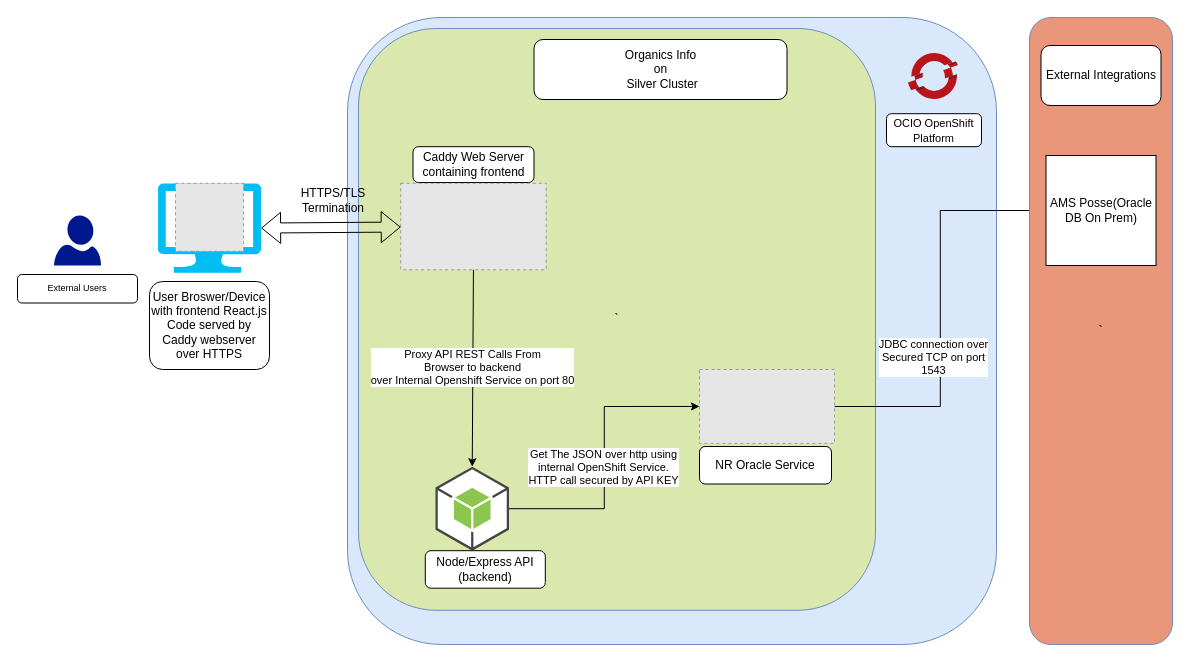
bcgov/nr-epd-organics-info keeps this draw.io diagram as .diagrams/architecture/ori.arch.drawio. Above is the earlier version. Source tidied: cells renumbered, new cells numbered last; positions are measured from the earlier drawing's top-left corner, leaving out a move shared by most shapes. Both pictures are drawn from the tidied source at 100%, with x=0, y=0 at pixel (17, 17). Pictures stored in the file or linked from it are replaced by grey dashed boxes.
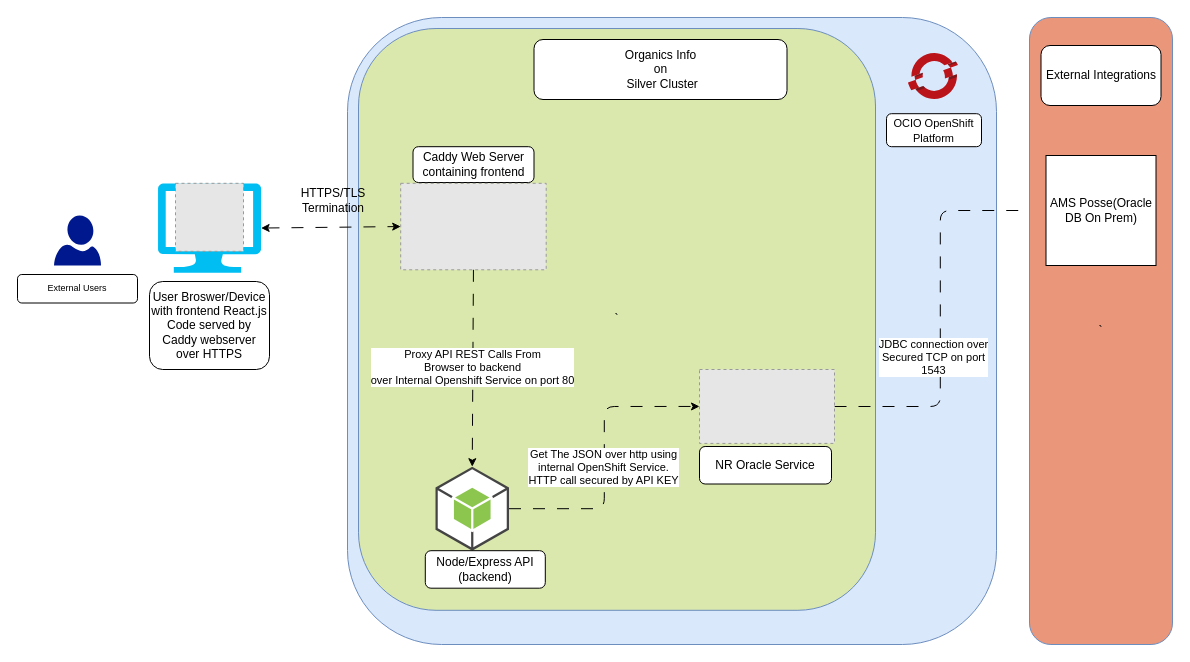
The same page after the edit.

The change refers to these unchanged cells:
```xml
<mxCell id="6" style="outlineConnect=0;dashed=0;verticalLabelPosition=bottom;verticalAlign=top;align=center;html=1;shape=mxgraph.aws3.android;fillColor=#8CC64F;gradientColor=none;" parent="1" vertex="1">
  <mxGeometry x="418" y="449.2" width="73.5" height="84" as="geometry" />
</mxCell>
<mxCell id="10" style="verticalLabelPosition=bottom;html=1;verticalAlign=top;align=center;strokeColor=none;fillColor=#00BEF2;shape=mxgraph.azure.computer;" parent="1" vertex="1">
  <mxGeometry x="140.4" y="165.8" width="103.2" height="89.5" as="geometry" />
</mxCell>
<mxCell id="15" style="fillColor=#E6E6E6;strokeColor=#999999;dashed=1;verticalLabelPosition=bottom;labelBackgroundColor=default;verticalAlign=top;" parent="1" vertex="1">
  <mxGeometry x="383.2" y="165.8" width="145.5" height="86.5" as="geometry" />
</mxCell>
<mxCell id="22" value="AMS Posse(Oracle DB On Prem)" style="whiteSpace=wrap;html=1;" parent="1" vertex="1">
  <mxGeometry x="1028.5" y="138" width="110" height="110" as="geometry" />
</mxCell>
<mxCell id="26" style="fillColor=#E6E6E6;strokeColor=#999999;dashed=1;verticalLabelPosition=bottom;labelBackgroundColor=default;verticalAlign=top;" parent="1" vertex="1">
  <mxGeometry x="682" y="352" width="135" height="73.9" as="geometry" />
</mxCell>
```

Diff of the diagram source:
```diff
@@
-    <mxCell id="4" style="edgeStyle=orthogonalEdgeStyle;rounded=0;jettySize=auto;html=1;entryX=0;entryY=0.5;entryDx=0;entryDy=0;" parent="1" edge="1" source="26" target="22">
+    <mxCell id="4" style="edgeStyle=orthogonalEdgeStyle;rounded=1;jettySize=auto;html=1;entryX=0;entryY=0.5;entryDx=0;entryDy=0;curved=0;dashed=1;dashPattern=12 12;flowAnimation=1;" parent="1" edge="1" source="26" target="22">
       <mxGeometry relative="1" as="geometry" />
     </mxCell>
@@
-    <mxCell id="16" value="Proxy API REST Calls From &lt;br&gt;Browser to backend&lt;br&gt;over Internal Openshift Service on port 80" style="endArrow=classic;html=1;rounded=0;exitX=0.5;exitY=1;exitDx=0;exitDy=0;entryX=0.5;entryY=0;entryDx=0;entryDy=0;entryPerimeter=0;" parent="1" edge="1" source="15" target="6">
+    <mxCell id="16" value="Proxy API REST Calls From &lt;br&gt;Browser to backend&lt;br&gt;over Internal Openshift Service on port 80" style="endArrow=classic;html=1;rounded=1;exitX=0.5;exitY=1;exitDx=0;exitDy=0;entryX=0.5;entryY=0;entryDx=0;entryDy=0;entryPerimeter=0;curved=0;dashed=1;dashPattern=12 12;flowAnimation=1;" parent="1" edge="1" source="15" target="6">
       <mxGeometry relative="1" as="geometry" />
     </mxCell>
@@
-    <mxCell id="18" style="shape=flexArrow;endArrow=classic;startArrow=classic;html=1;rounded=0;exitX=1;exitY=0.5;exitDx=0;exitDy=0;exitPerimeter=0;" parent="1" edge="1" source="10" target="15">
-      <mxGeometry relative="1" as="geometry" />
-    </mxCell>
@@
-    <mxCell id="24" style="edgeStyle=orthogonalEdgeStyle;rounded=0;jettySize=auto;html=1;entryX=0;entryY=0.5;entryDx=0;entryDy=0;" parent="1" edge="1" source="6" target="26">
+    <mxCell id="24" style="edgeStyle=orthogonalEdgeStyle;rounded=1;jettySize=auto;html=1;entryX=0;entryY=0.5;entryDx=0;entryDy=0;curved=0;dashed=1;dashPattern=12 12;flowAnimation=1;" parent="1" edge="1" source="6" target="26">
       <mxGeometry relative="1" as="geometry" />
     </mxCell>
@@
+    <mxCell id="18" style="endArrow=classic;startArrow=classic;html=1;rounded=1;exitX=1;exitY=0.5;exitDx=0;exitDy=0;exitPerimeter=0;entryX=0;entryY=0.5;entryDx=0;entryDy=0;curved=0;dashed=1;dashPattern=12 12;flowAnimation=1;" parent="1" edge="1" source="10" target="15">
+      <mxGeometry relative="1" as="geometry" />
+    </mxCell>
```
